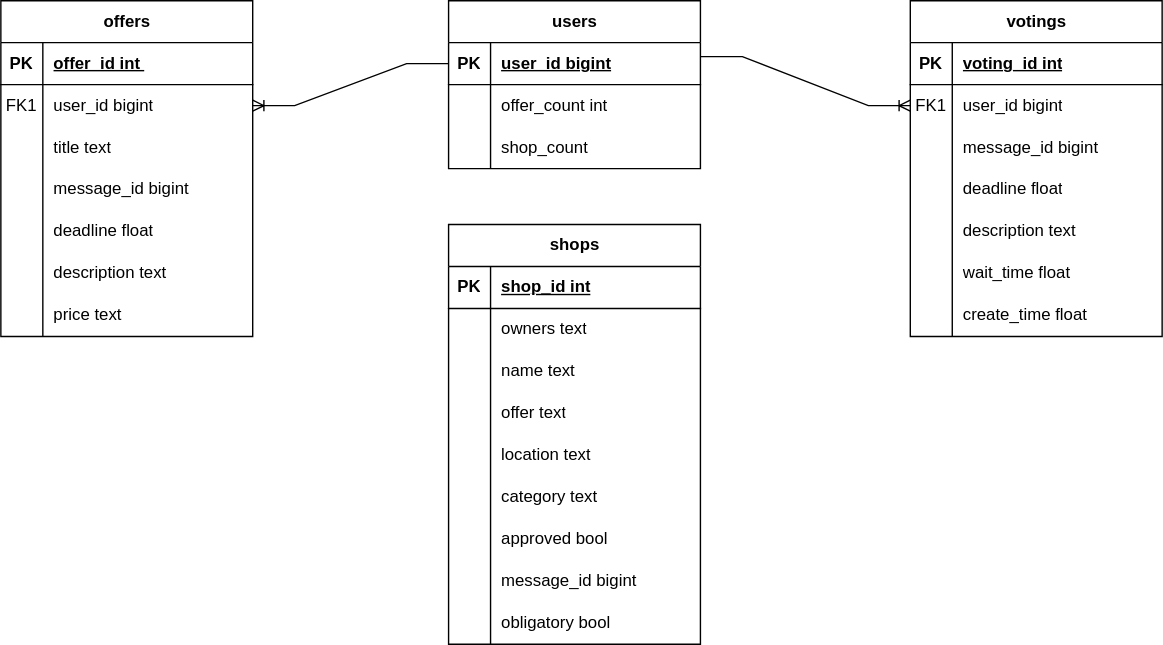
Before: docs/ER_Community_Helper.svg, a diagram exported from draw.io (FGBxRamel/Tesserania-Handelsbot). Source tidied: cells renumbered, new cells last; positions are measured from the earlier drawing's top-left corner, leaving out a move shared by most shapes.
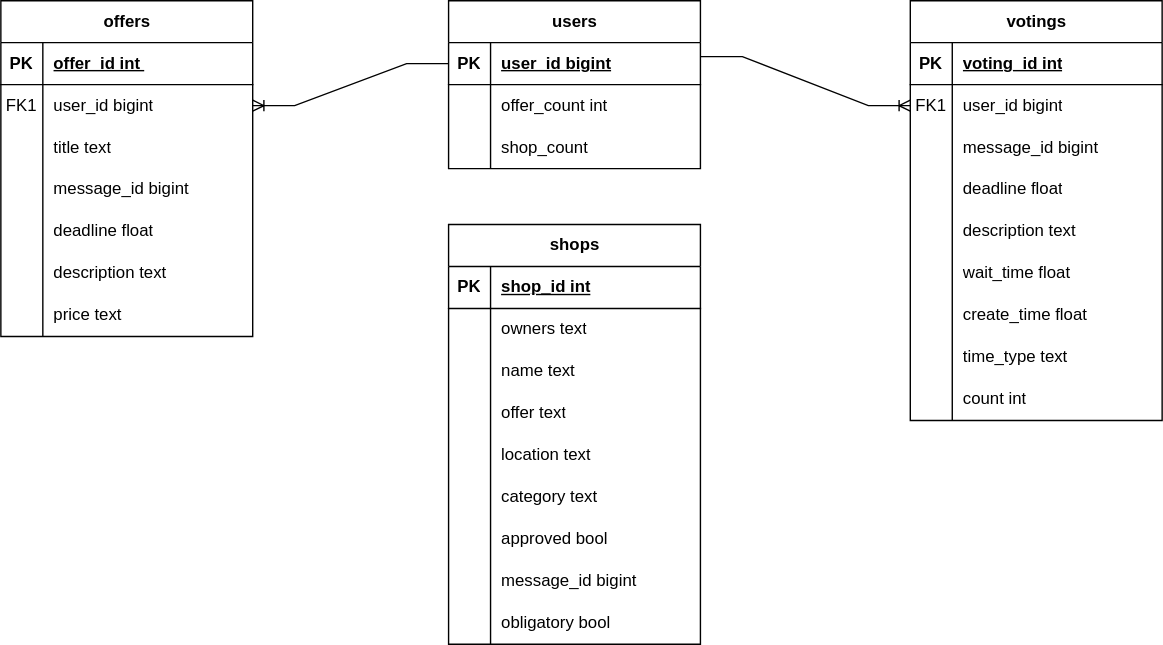
Above is the later version.

The edit, as a diff of the source:
```diff
@@ -195,7 +195,7 @@
       <mxGeometry x="30" width="150" height="30" as="geometry" />
     </mxCell>
     <mxCell id="64" value="votings" style="shape=table;startSize=30;rowLines=0;fontStyle=1;align=center;html=1;" parent="1" vertex="1">
-      <mxGeometry x="650" width="180" height="240" as="geometry" />
+      <mxGeometry x="650" width="180" height="300" as="geometry" />
     </mxCell>
     <mxCell id="65" style="shape=tableRow;horizontal=0;startSize=0;swimlaneHead=0;swimlaneBody=0;fillColor=none;top=0;left=0;right=0;bottom=1;" parent="64" vertex="1">
       <mxGeometry y="30" width="180" height="30" as="geometry" />
@@ -260,5 +260,23 @@
     <mxCell id="85" value="create_time float" style="shape=partialRectangle;fillColor=none;top=0;left=0;bottom=0;right=0;align=left;spacingLeft=6;overflow=hidden;whiteSpace=wrap;html=1;" parent="83" vertex="1">
       <mxGeometry x="30" width="150" height="30" as="geometry" />
     </mxCell>
+    <mxCell id="86" style="shape=tableRow;horizontal=0;startSize=0;swimlaneHead=0;swimlaneBody=0;fillColor=none;top=0;left=0;right=0;bottom=0;" parent="64" vertex="1">
+      <mxGeometry y="240" width="180" height="30" as="geometry" />
+    </mxCell>
+    <mxCell id="87" style="shape=partialRectangle;fillColor=none;top=0;left=0;bottom=0;right=0;overflow=hidden;whiteSpace=wrap;html=1;" parent="86" vertex="1">
+      <mxGeometry width="30" height="30" as="geometry" />
+    </mxCell>
+    <mxCell id="88" value="time_type text" style="shape=partialRectangle;fillColor=none;top=0;left=0;bottom=0;right=0;align=left;spacingLeft=6;overflow=hidden;whiteSpace=wrap;html=1;" parent="86" vertex="1">
+      <mxGeometry x="30" width="150" height="30" as="geometry" />
+    </mxCell>
+    <mxCell id="89" style="shape=tableRow;horizontal=0;startSize=0;swimlaneHead=0;swimlaneBody=0;fillColor=none;top=0;left=0;right=0;bottom=0;" parent="64" vertex="1">
+      <mxGeometry y="270" width="180" height="30" as="geometry" />
+    </mxCell>
+    <mxCell id="90" style="shape=partialRectangle;fillColor=none;top=0;left=0;bottom=0;right=0;overflow=hidden;whiteSpace=wrap;html=1;" parent="89" vertex="1">
+      <mxGeometry width="30" height="30" as="geometry" />
+    </mxCell>
+    <mxCell id="91" value="count int" style="shape=partialRectangle;fillColor=none;top=0;left=0;bottom=0;right=0;align=left;spacingLeft=6;overflow=hidden;whiteSpace=wrap;html=1;" parent="89" vertex="1">
+      <mxGeometry x="30" width="150" height="30" as="geometry" />
+    </mxCell>
   </root>
 </mxGraphModel>
```
